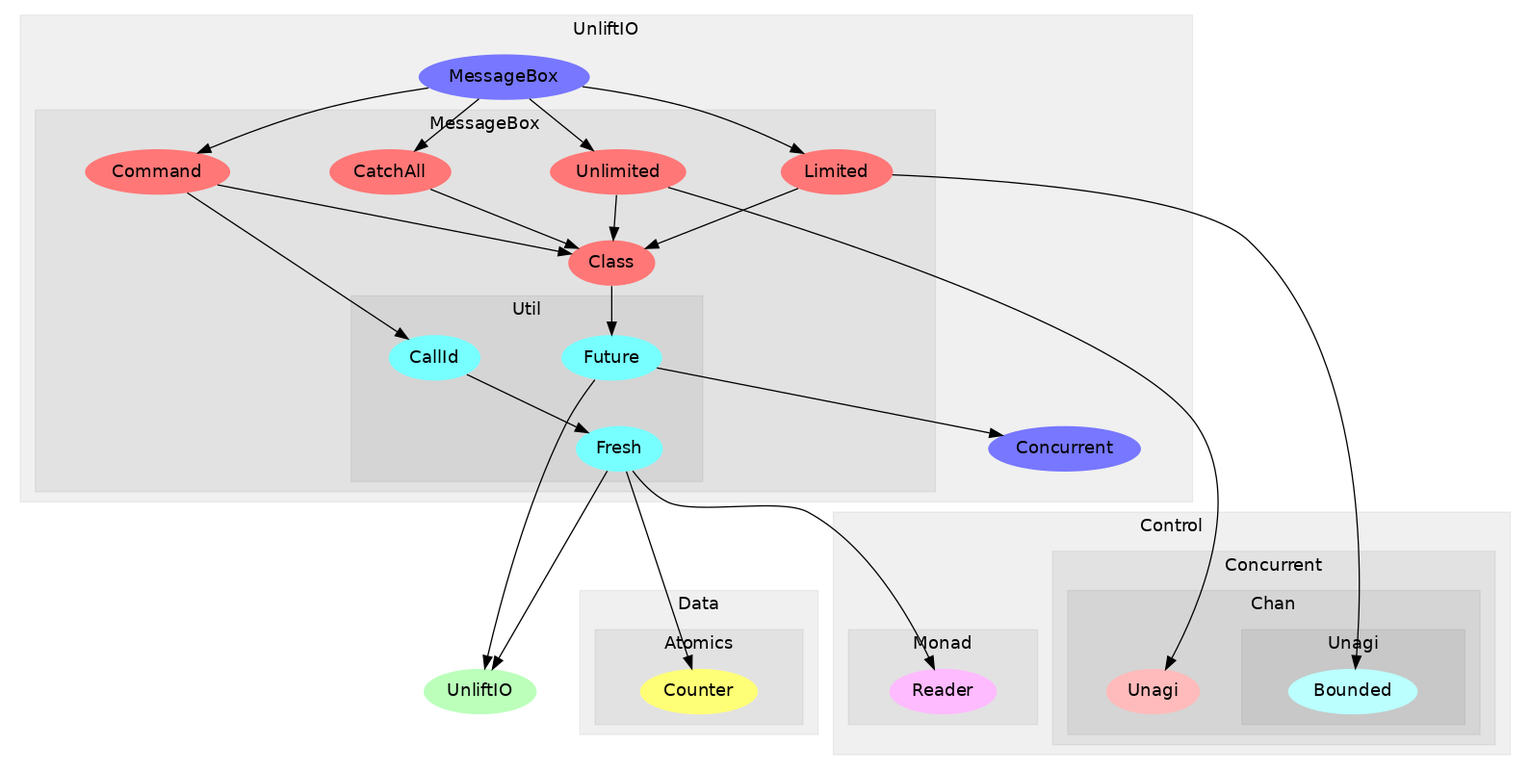
Before: generated-reports/module-graph/module-graph.png, a diagram exported from Graphviz (sheyll/unliftio-messagebox). Its source is kept beside it as generated-reports/module-graph/module-graph.dot.
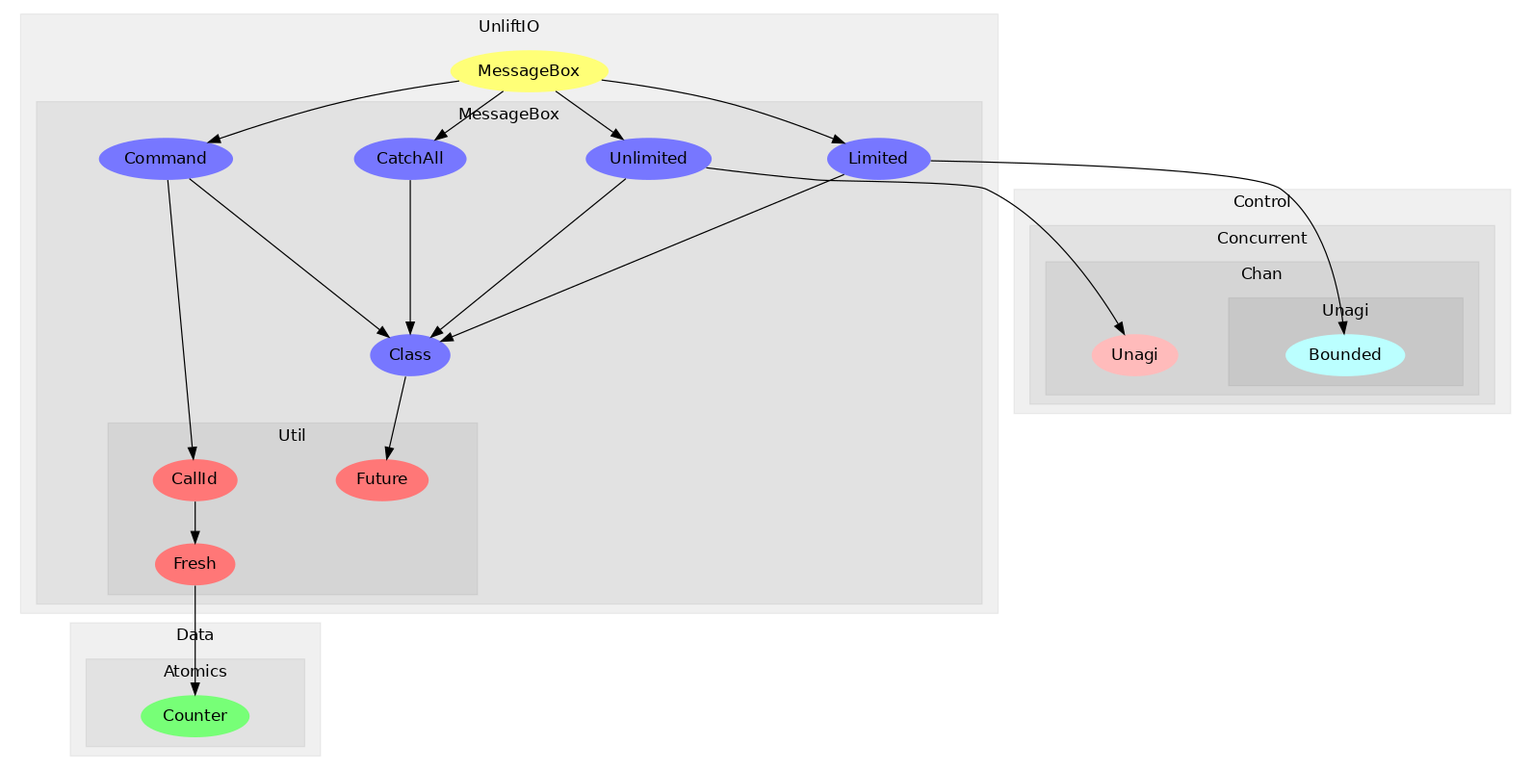
After the change.

Commit message:
Update module graph

Change to the diagram source:
```diff
@@ -1,7 +1,6 @@
 digraph G {
 size="6,4";
 ratio="fill";
-u3[label="UnliftIO",style="filled",fillcolor="#bbffbb",penwidth="0"];
 subgraph cluster_0 {
 label="Control";
 color="#0000000F";
@@ -14,12 +13,14 @@
 label="Chan";
 color="#0000000F";
 style="filled";
-u14[label="Unagi",style="filled",fillcolor="#ffbbbb",penwidth="0"];
+u11[label="Unagi",style="filled",fillcolor="#ffbbbb",penwidth="0"];
 subgraph cluster_3 {
 label="Unagi";
 color="#0000000F";
 style="filled";
-u12[label="Bounded",style="filled",fillcolor="#bbffff",penwidth="0"];
+u9[label="Bounded",style="filled",fillcolor="#bbffff",penwidth="0"];
+
+}
 
 }
 
@@ -27,49 +28,39 @@
 
 }
 subgraph cluster_4 {
-label="Monad";
+label="Data";
 color="#0000000F";
 style="filled";
-u7[label="Reader",style="filled",fillcolor="#ffbbff",penwidth="0"];
+subgraph cluster_5 {
+label="Atomics";
+color="#0000000F";
+style="filled";
+u7[label="Counter",style="filled",fillcolor="#77ff77",penwidth="0"];
 
 }
 
 }
-subgraph cluster_5 {
-label="Data";
-color="#0000000F";
-style="filled";
 subgraph cluster_6 {
-label="Atomics";
-color="#0000000F";
-style="filled";
-u10[label="Counter",style="filled",fillcolor="#ffff77",penwidth="0"];
-
-}
-
-}
-subgraph cluster_7 {
 label="UnliftIO";
 color="#0000000F";
 style="filled";
-u4[label="Concurrent",style="filled",fillcolor="#7777ff",penwidth="0"];
-u0[label="MessageBox",style="filled",fillcolor="#7777ff",penwidth="0"];
-subgraph cluster_8 {
+u0[label="MessageBox",style="filled",fillcolor="#ffff77",penwidth="0"];
+subgraph cluster_7 {
 label="MessageBox";
 color="#0000000F";
 style="filled";
-u13[label="Unlimited",style="filled",fillcolor="#ff7777",penwidth="0"];
-u11[label="Limited",style="filled",fillcolor="#ff7777",penwidth="0"];
-u6[label="Command",style="filled",fillcolor="#ff7777",penwidth="0"];
-u5[label="Class",style="filled",fillcolor="#ff7777",penwidth="0"];
-u1[label="CatchAll",style="filled",fillcolor="#ff7777",penwidth="0"];
-subgraph cluster_9 {
+u10[label="Unlimited",style="filled",fillcolor="#7777ff",penwidth="0"];
+u8[label="Limited",style="filled",fillcolor="#7777ff",penwidth="0"];
+u4[label="Command",style="filled",fillcolor="#7777ff",penwidth="0"];
+u3[label="Class",style="filled",fillcolor="#7777ff",penwidth="0"];
+u1[label="CatchAll",style="filled",fillcolor="#7777ff",penwidth="0"];
+subgraph cluster_8 {
 label="Util";
 color="#0000000F";
 style="filled";
-u9[label="Fresh",style="filled",fillcolor="#77ffff",penwidth="0"];
-u8[label="CallId",style="filled",fillcolor="#77ffff",penwidth="0"];
-u2[label="Future",style="filled",fillcolor="#77ffff",penwidth="0"];
+u6[label="Fresh",style="filled",fillcolor="#ff7777",penwidth="0"];
+u5[label="CallId",style="filled",fillcolor="#ff7777",penwidth="0"];
+u2[label="Future",style="filled",fillcolor="#ff7777",penwidth="0"];
 
 }
 
@@ -77,22 +68,18 @@
 
 }
 u0 -> u1;
-u0 -> u6;
-u0 -> u11;
-u0 -> u13;
-u1 -> u5;
-u2 -> u3;
-u2 -> u4;
-u5 -> u2;
-u6 -> u5;
-u6 -> u8;
+u0 -> u4;
+u0 -> u8;
+u0 -> u10;
+u1 -> u3;
+u3 -> u2;
+u4 -> u3;
+u4 -> u5;
+u5 -> u6;
+u6 -> u7;
+u8 -> u3;
 u8 -> u9;
-u9 -> u3;
-u9 -> u7;
-u9 -> u10;
-u11 -> u5;
-u11 -> u12;
-u13 -> u5;
-u13 -> u14;
+u10 -> u3;
+u10 -> u11;
 
 }
```
